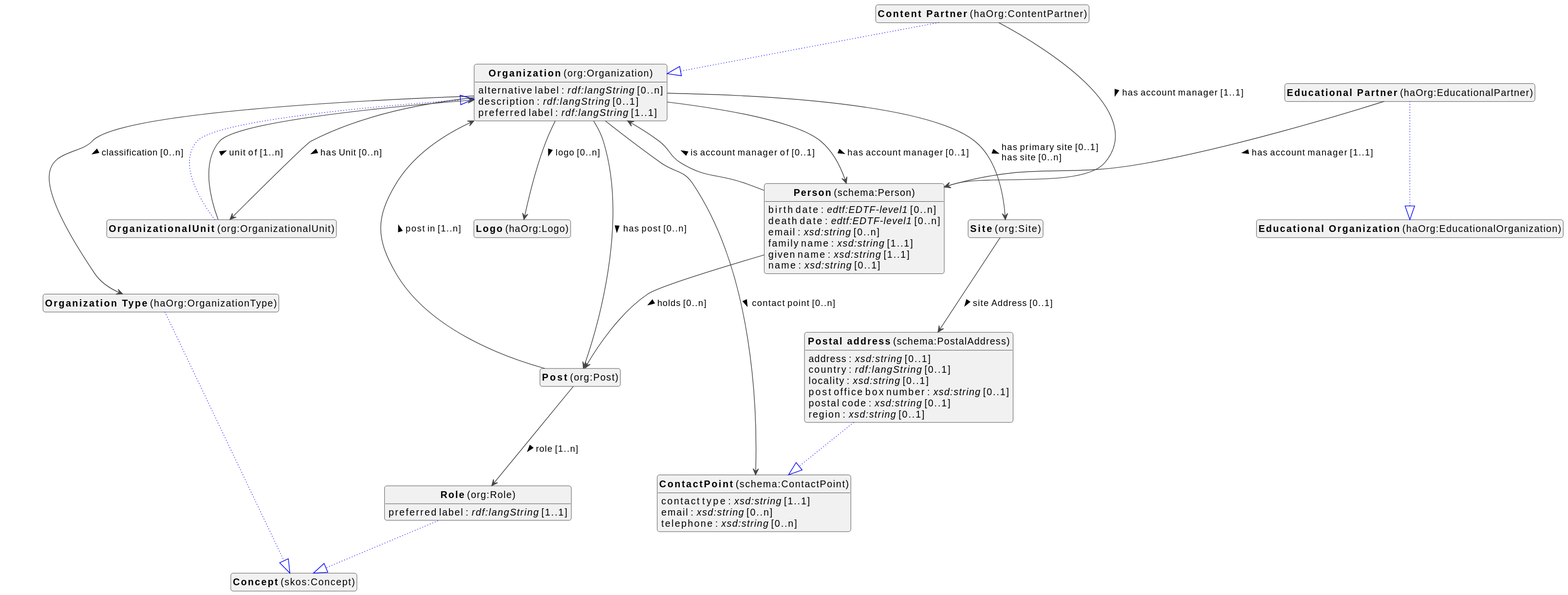
This is docs/metadata/knowledge-graph/0.0.1/organization/en/organization-diagram.svg from viaacode/documentation-jekyll, a PlantUML export, as it was before one commit.
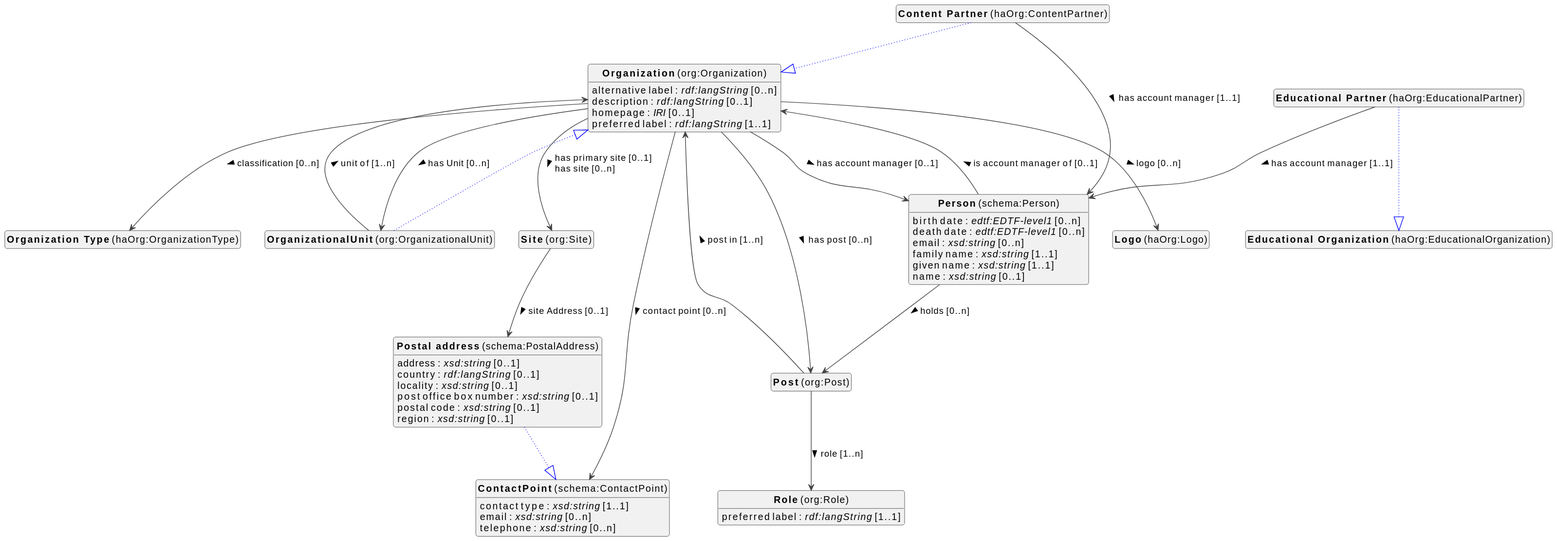
After the commit.

Change to the diagram source:
```diff
@@ -10,28 +10,43 @@
 top to bottom direction
 
 
-class "<b>Organization</b> (org:Organization)" as org_Organization [[#org%3AOrganization]]
-class "<b>OrganizationalUnit</b> (org:OrganizationalUnit)" as org_OrganizationalUnit [[#org%3AOrganizationalUnit]]
-class "<b>Organization</b> (org:Organization)" as org_Organization [[#org%3AOrganization]]
+class "<b>ContactPoint</b> (schema:ContactPoint)" as schema_ContactPoint [[#schema%3AContactPoint]]
 class "<b>Content Partner</b> (haOrg:ContentPartner)" as haOrg_ContentPartner [[#haOrg%3AContentPartner]]
 class "<b>Organization</b> (org:Organization)" as org_Organization [[#org%3AOrganization]]
 class "<b>Educational Partner</b> (haOrg:EducationalPartner)" as haOrg_EducationalPartner [[#haOrg%3AEducationalPartner]]
 class "<b>Educational Organization</b> (haOrg:EducationalOrganization)" as haOrg_EducationalOrganization [[#haOrg%3AEducationalOrganization]]
-class "<b>Site</b> (org:Site)" as org_Site [[#org%3ASite]]
+class "<b>Logo</b> (haOrg:Logo)" as haOrg_Logo [[#haOrg%3ALogo]]
+class "<b>Organization</b> (org:Organization)" as org_Organization [[#org%3AOrganization]]
+class "<b>Organization Type</b> (haOrg:OrganizationType)" as haOrg_OrganizationType [[#haOrg%3AOrganizationType]]
+class "<b>OrganizationalUnit</b> (org:OrganizationalUnit)" as org_OrganizationalUnit [[#org%3AOrganizationalUnit]]
+class "<b>Organization</b> (org:Organization)" as org_Organization [[#org%3AOrganization]]
+class "<b>Person</b> (schema:Person)" as schema_Person [[#schema%3APerson]]
 class "<b>Post</b> (org:Post)" as org_Post [[#org%3APost]]
-class "<b>Role</b> (org:Role)" as org_Role [[#org%3ARole]]
-class "<b>Concept</b> (skos:Concept)" as skos_Concept [[#skos%3AConcept]]
-class "<b>Person</b> (schema:Person)" as schema_Person [[#schema%3APerson]]
 class "<b>Postal address</b> (schema:PostalAddress)" as schema_PostalAddress [[#schema%3APostalAddress]]
 class "<b>ContactPoint</b> (schema:ContactPoint)" as schema_ContactPoint [[#schema%3AContactPoint]]
-class "<b>ContactPoint</b> (schema:ContactPoint)" as schema_ContactPoint [[#schema%3AContactPoint]]
-class "<b>Logo</b> (haOrg:Logo)" as haOrg_Logo [[#haOrg%3ALogo]]
-class "<b>Organization Type</b> (haOrg:OrganizationType)" as haOrg_OrganizationType [[#haOrg%3AOrganizationType]]
-class "<b>Concept</b> (skos:Concept)" as skos_Concept [[#skos%3AConcept]]
+class "<b>Role</b> (org:Role)" as org_Role [[#org%3ARole]]
+class "<b>Site</b> (org:Site)" as org_Site [[#org%3ASite]]
+
+
+schema_ContactPoint : contact type : <i>xsd:string</i> [1..1]
+schema_ContactPoint : email : <i>xsd:string</i> [0..n]
+schema_ContactPoint : telephone : <i>xsd:string</i> [0..n]
+
+
+haOrg_ContentPartner --|> org_Organization #blue;line.dotted;text:blue
+
+haOrg_ContentPartner --> schema_Person :has account manager [1..1]  >
+
+haOrg_EducationalPartner --|> haOrg_EducationalOrganization #blue;line.dotted;text:blue
+
+haOrg_EducationalPartner --> schema_Person :has account manager [1..1]  >
+
+
 
 
 org_Organization : alternative label : <i>rdf:langString</i> [0..n]
 org_Organization : description : <i>rdf:langString</i> [0..1]
+org_Organization : homepage : <i>IRI</i> [0..1]
 org_Organization : preferred label : <i>rdf:langString</i> [1..1]
 
 org_Organization --> haOrg_Logo :logo [0..n]  >
@@ -43,29 +58,11 @@
 org_Organization --> schema_ContactPoint :contact point [0..n]  >
 org_Organization --> schema_Person :has account manager [0..1]  >
 
+
+
 org_OrganizationalUnit --|> org_Organization #blue;line.dotted;text:blue
 
 org_OrganizationalUnit --> org_Organization :unit of [1..n]  >
-
-haOrg_ContentPartner --|> org_Organization #blue;line.dotted;text:blue
-
-haOrg_ContentPartner --> schema_Person :has account manager [1..1]  >
-
-haOrg_EducationalPartner --|> haOrg_EducationalOrganization #blue;line.dotted;text:blue
-
-haOrg_EducationalPartner --> schema_Person :has account manager [1..1]  >
-
-
-org_Site --> schema_PostalAddress :site Address [0..1]  >
-
-
-org_Post --> org_Organization :post in [1..n]  >
-org_Post --> org_Role :role [1..n]  >
-
-org_Role --|> skos_Concept #blue;line.dotted;text:blue
-
-org_Role : preferred label : <i>rdf:langString</i> [1..1]
-
 
 
 schema_Person : birth date : <i>edtf:EDTF-level1</i> [0..n]
@@ -79,6 +76,10 @@
 schema_Person --> org_Post :holds [0..n]  >
 
 
+
+org_Post --> org_Organization :post in [1..n]  >
+org_Post --> org_Role :role [1..n]  >
+
 schema_PostalAddress --|> schema_ContactPoint #blue;line.dotted;text:blue
 
 schema_PostalAddress : address : <i>xsd:string</i> [0..1]
@@ -91,15 +92,11 @@
 
 
 
-schema_ContactPoint : contact type : <i>xsd:string</i> [1..1]
-schema_ContactPoint : email : <i>xsd:string</i> [0..n]
-schema_ContactPoint : telephone : <i>xsd:string</i> [0..n]
+org_Role : preferred label : <i>rdf:langString</i> [1..1]
 
 
 
-
-haOrg_OrganizationType --|> skos_Concept #blue;line.dotted;text:blue
-
+org_Site --> schema_PostalAddress :site Address [0..1]  >
 
 
 hide circle
```
